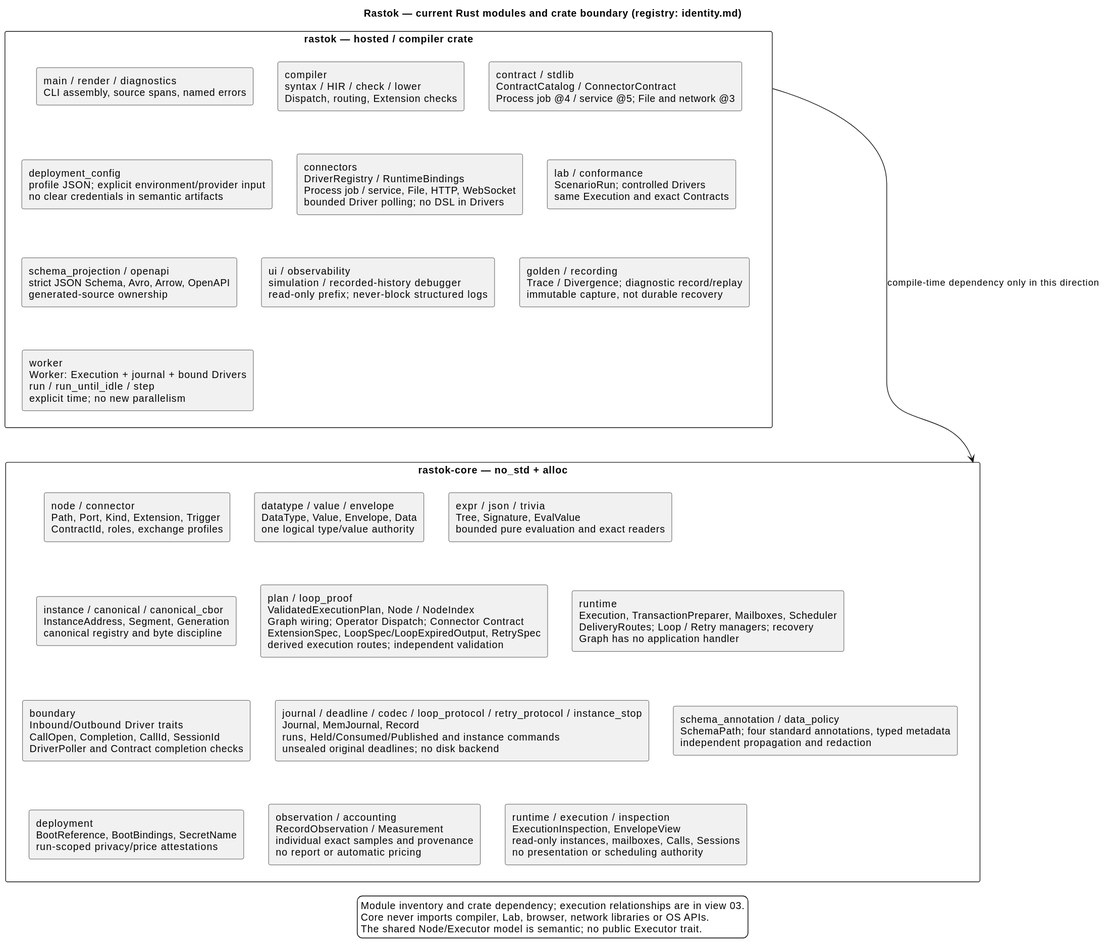
Earlier version of the PlantUML export docs/architecture/06-rastok-modules-overview.svg (rastok-io/rastok).
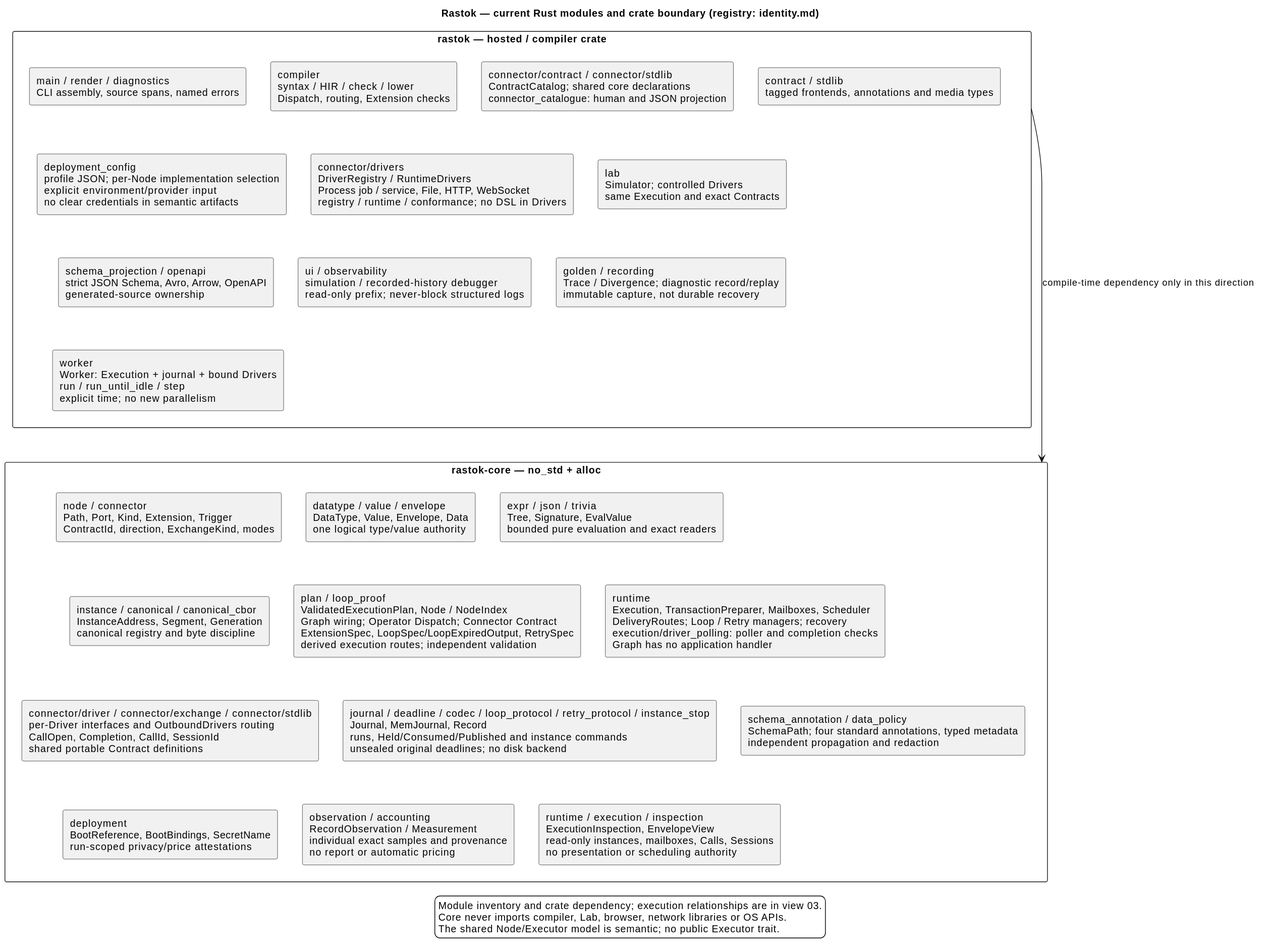
After the change.

Change to the diagram source:
```diff
@@ -8,25 +8,26 @@
 package "rastok — hosted / compiler crate" as HOSTED {
   rectangle "main / render / diagnostics\nCLI assembly, source spans, named errors" as ENTRY
   rectangle "compiler\nsyntax / HIR / check / lower\nDispatch, routing, Extension checks" as COMP
-  rectangle "contract / stdlib\nContractCatalog / ConnectorContract\nProcess job @4 / service @5; File and network @3" as CATALOG
+  rectangle "connector/contract / connector/stdlib\nContractCatalog; shared core declarations\nconnector_catalogue: human and JSON projection" as CATALOG
+  rectangle "contract / stdlib\ntagged frontends, annotations and media types" as LANGUAGE
   rectangle "schema_projection / openapi\nstrict JSON Schema, Avro, Arrow, OpenAPI\ngenerated-source ownership" as SCHEMA
-  rectangle "connectors\nDriverRegistry / RuntimeBindings\nProcess job / service, File, HTTP, WebSocket\nbounded Driver polling; no DSL in Drivers" as DRIVERS
-  rectangle "deployment_config\nprofile JSON; explicit environment/provider input\nno clear credentials in semantic artifacts" as CONFIG
-  rectangle "lab / conformance\nScenarioRun; controlled Drivers\nsame Execution and exact Contracts" as LAB
+  rectangle "connector/drivers\nDriverRegistry / RuntimeDrivers\nProcess job / service, File, HTTP, WebSocket\nregistry / runtime / conformance; no DSL in Drivers" as DRIVERS
+  rectangle "deployment_config\nprofile JSON; per-Node implementation selection\nexplicit environment/provider input\nno clear credentials in semantic artifacts" as CONFIG
+  rectangle "lab\nSimulator; controlled Drivers\nsame Execution and exact Contracts" as LAB
   rectangle "worker\nWorker: Execution + journal + bound Drivers\nrun / run_until_idle / step\nexplicit time; no new parallelism" as WORKER
   rectangle "ui / observability\nsimulation / recorded-history debugger\nread-only prefix; never-block structured logs" as UI
   rectangle "golden / recording\nTrace / Divergence; diagnostic record/replay\nimmutable capture, not durable recovery" as GOLDEN
 }
 
 package "rastok-core — no_std + alloc" as CORE {
-  rectangle "node / connector\nPath, Port, Kind, Extension, Trigger\nContractId, roles, exchange profiles" as NODE
+  rectangle "node / connector\nPath, Port, Kind, Extension, Trigger\nContractId, direction, ExchangeKind, modes" as NODE
   rectangle "datatype / value / envelope\nDataType, Value, Envelope, Data\none logical type/value authority" as DATA
   rectangle "expr / json / trivia\nTree, Signature, EvalValue\nbounded pure evaluation and exact readers" as EXPR
   rectangle "instance / canonical / canonical_cbor\nInstanceAddress, Segment, Generation\ncanonical registry and byte discipline" as IDENTITY
   rectangle "plan / loop_proof\nValidatedExecutionPlan, Node / NodeIndex\nGraph wiring; Operator Dispatch; Connector Contract\nExtensionSpec, LoopSpec/LoopExpiredOutput, RetrySpec\nderived execution routes; independent validation" as PLAN
-  rectangle "runtime\nExecution, TransactionPreparer, Mailboxes, Scheduler\nDeliveryRoutes; Loop / Retry managers; recovery\nGraph has no application handler" as VM
+  rectangle "runtime\nExecution, TransactionPreparer, Mailboxes, Scheduler\nDeliveryRoutes; Loop / Retry managers; recovery\nexecution/driver_polling: poller and completion checks\nGraph has no application handler" as EXECUTION
   rectangle "runtime / execution / inspection\nExecutionInspection, EnvelopeView\nread-only instances, mailboxes, Calls, Sessions\nno presentation or scheduling authority" as INSPECTION
-  rectangle "boundary\nInbound/Outbound Driver traits\nCallOpen, Completion, CallId, SessionId\nDriverPoller and Contract completion checks" as BOUNDARY
+  rectangle "connector/driver / connector/exchange / connector/stdlib\nper-Driver interfaces and OutboundDrivers routing\nCallOpen, Completion, CallId, SessionId\nshared portable Contract definitions" as CONNECTOR
   rectangle "journal / deadline / codec / loop_protocol / retry_protocol / instance_stop\nJournal, MemJournal, Record\nruns, Held/Consumed/Published and instance commands\nunsealed original deadlines; no disk backend" as JOURNAL
   rectangle "schema_annotation / data_policy\nSchemaPath; four standard annotations, typed metadata\nindependent propagation and redaction" as POLICY
   rectangle "deployment\nBootReference, BootBindings, SecretName\nrun-scoped privacy/price attestations" as DEPLOY
@@ -35,6 +36,7 @@
 
 ENTRY -[hidden]right-> COMP
 COMP -[hidden]right-> CATALOG
+CATALOG -[hidden]right-> LANGUAGE
 ENTRY -[hidden]down-> CONFIG
 CONFIG -[hidden]right-> DRIVERS
 DRIVERS -[hidden]right-> LAB
@@ -47,11 +49,11 @@
 DATA -[hidden]right-> EXPR
 NODE -[hidden]down-> IDENTITY
 IDENTITY -[hidden]right-> PLAN
-PLAN -[hidden]right-> VM
-IDENTITY -[hidden]down-> BOUNDARY
-BOUNDARY -[hidden]right-> JOURNAL
+PLAN -[hidden]right-> EXECUTION
+IDENTITY -[hidden]down-> CONNECTOR
+CONNECTOR -[hidden]right-> JOURNAL
 JOURNAL -[hidden]right-> POLICY
-BOUNDARY -[hidden]down-> DEPLOY
+CONNECTOR -[hidden]down-> DEPLOY
 DEPLOY -[hidden]right-> REPORT
 REPORT -[hidden]right-> INSPECTION
 
```
